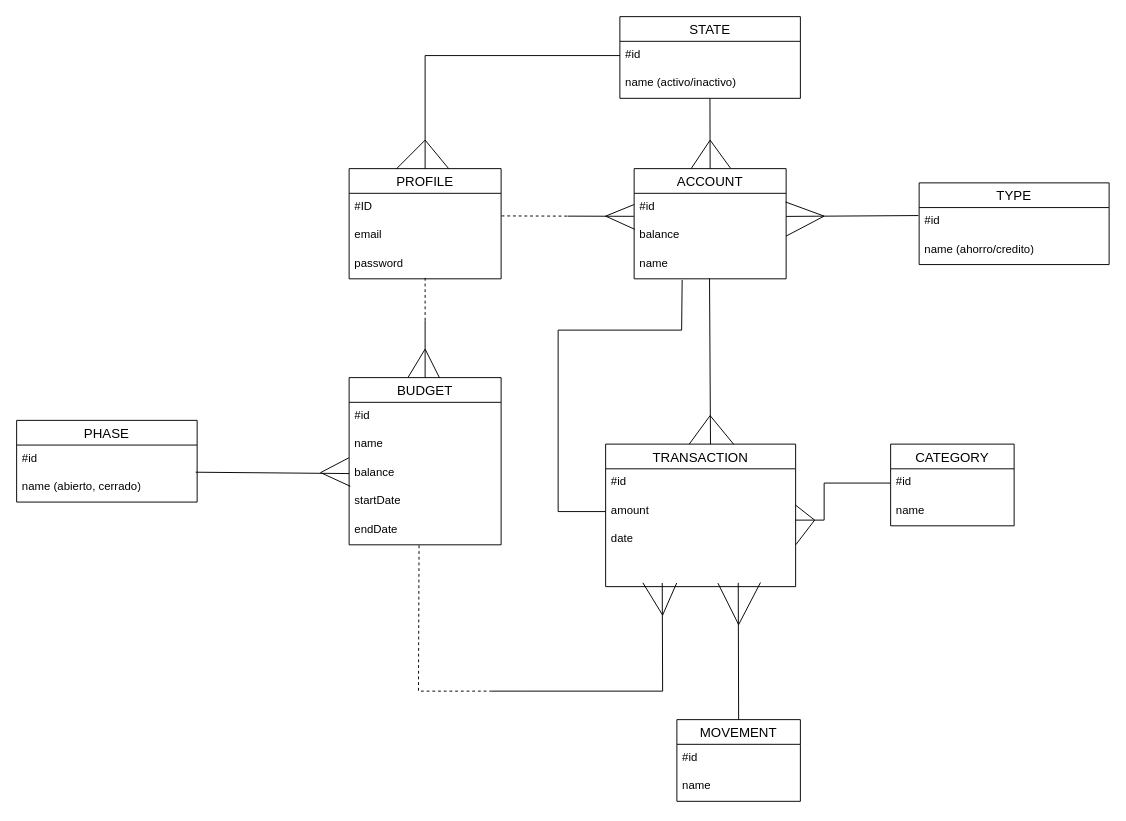
CristianGiVi/Proyect-bank keeps this draw.io diagram as mer.drawio. Above is the earlier version. Source tidied: cells renumbered, new cells numbered last; positions are measured from the earlier drawing's top-left corner, leaving out a move shared by most shapes. Both pictures are drawn from the tidied source at 95%, with x=0, y=0 at pixel (16, 16).
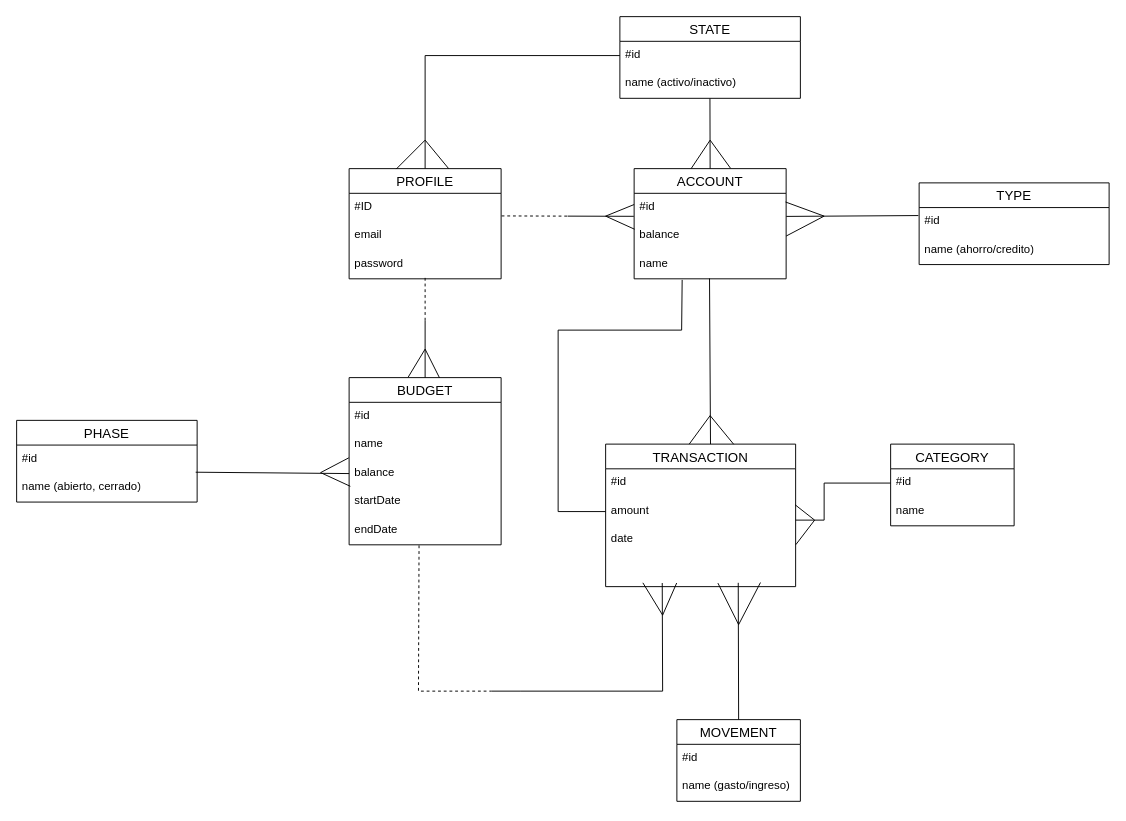
Above is the later version.

Unchanged cells that the change refers to:
```xml
<mxCell id="55" value="MOVEMENT" style="swimlane;fontStyle=0;horizontal=1;startSize=26;align=center;fontSize=14;fillColor=default;fillStyle=solid;" parent="1" vertex="1">
  <mxGeometry x="695" y="740" width="130" height="86" as="geometry" />
</mxCell>
```

Change to the diagram source:
```diff
@@
-    <mxCell id="57" value="name" style="text;strokeColor=none;fillColor=none;spacingLeft=4;spacingRight=4;overflow=hidden;fontSize=12;whiteSpace=wrap;html=1;" parent="55" vertex="1">
+    <mxCell id="57" value="name (gasto/ingreso)" style="text;strokeColor=none;fillColor=none;spacingLeft=4;spacingRight=4;overflow=hidden;fontSize=12;whiteSpace=wrap;html=1;" parent="55" vertex="1">
       <mxGeometry y="56" width="130" height="30" as="geometry" />
     </mxCell>
```
